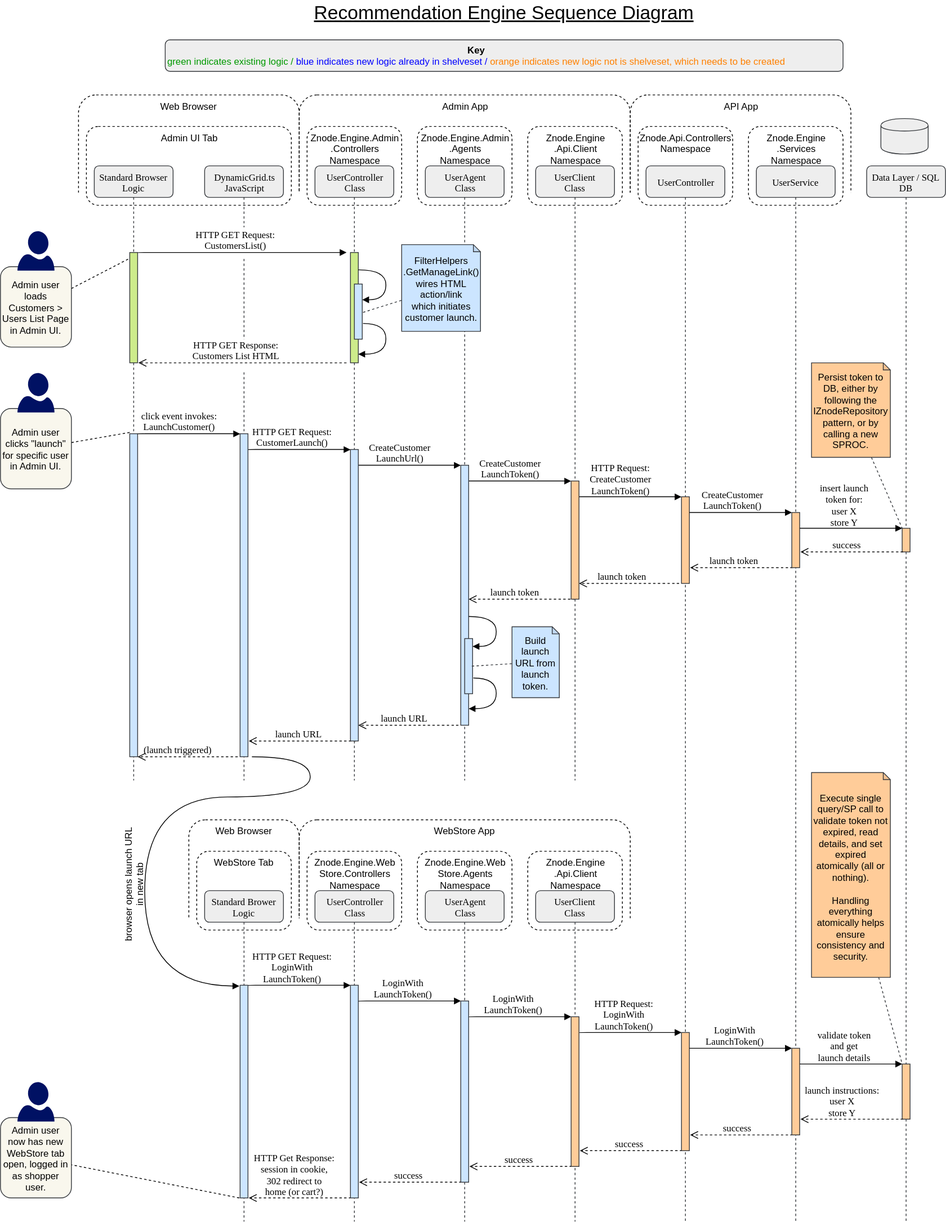
bsmith1310/znode-recs-engine-docs keeps this draw.io diagram as docs/_assets/sequence-diagram.svg. Above is the earlier version. Source tidied: cells renumbered, new cells last; positions are measured from the earlier drawing's top-left corner, leaving out a move shared by most shapes.
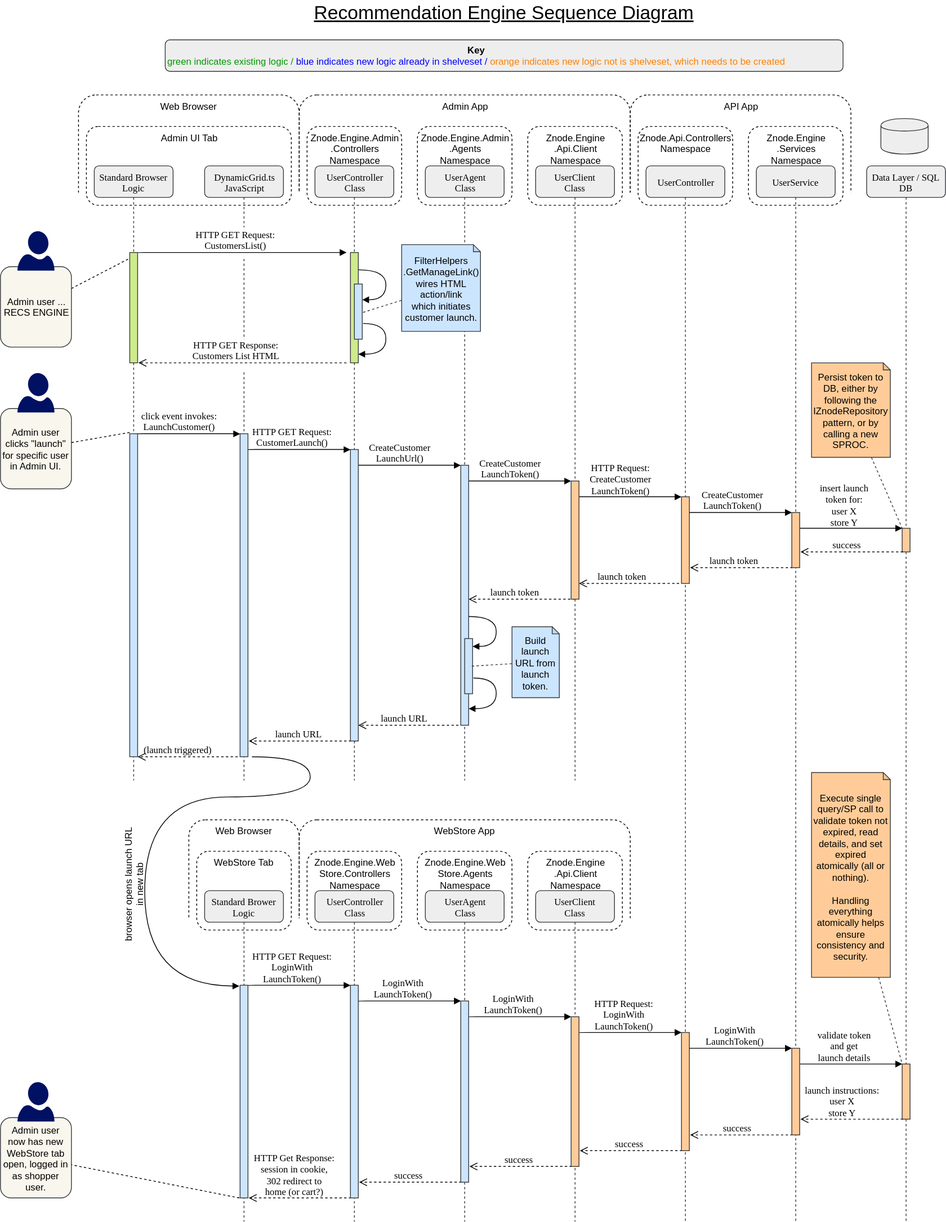
After the change.

Diff of the diagram source:
```diff
@@ -433,7 +433,7 @@
     <mxCell id="91" style="endArrow=none;dashed=1;html=1;fillColor=#cce5ff;strokeColor=#36393d;exitX=1.1;exitY=0.514;exitDx=0;exitDy=0;exitPerimeter=0;" parent="1" edge="1" source="54" target="90">
       <mxGeometry relative="1" as="geometry" />
     </mxCell>
-    <mxCell id="92" value="&lt;span&gt;Admin user loads Customers &amp;gt; Users List Page in Admin UI.&lt;/span&gt;" style="rounded=1;whiteSpace=wrap;html=1;fillColor=#f9f7ed;strokeColor=#36393d;" parent="1" vertex="1">
+    <mxCell id="92" value="&lt;span&gt;Admin user ...&lt;br&gt;RECS ENGINE&lt;br&gt;&lt;/span&gt;" style="rounded=1;whiteSpace=wrap;html=1;fillColor=#f9f7ed;strokeColor=#36393d;" parent="1" vertex="1">
       <mxGeometry y="338" width="90" height="102" as="geometry" />
     </mxCell>
     <mxCell id="93" style="shadow=0;dashed=0;html=1;strokeColor=none;shape=mxgraph.azure.user;fillColor=#001163;rounded=1;" parent="1" vertex="1">
```
